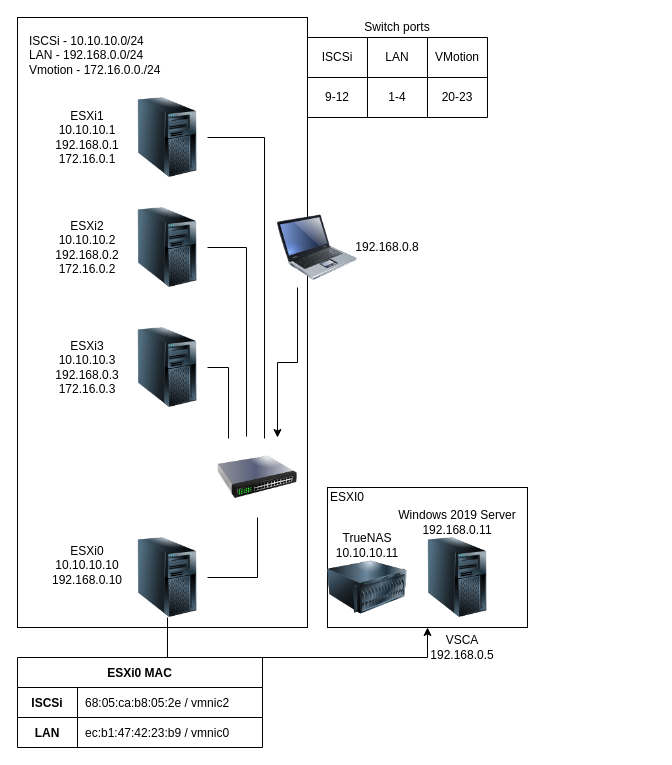
Earlier version of the draw.io diagram Untitled Diagram.drawio (crysal/Shells-of-power). Source tidied: cells renumbered, new cells numbered last; positions are measured from the earlier drawing's top-left corner, leaving out a move shared by most shapes. Both pictures are drawn from the tidied source at 100%, with x=0, y=0 at pixel (17, 17).
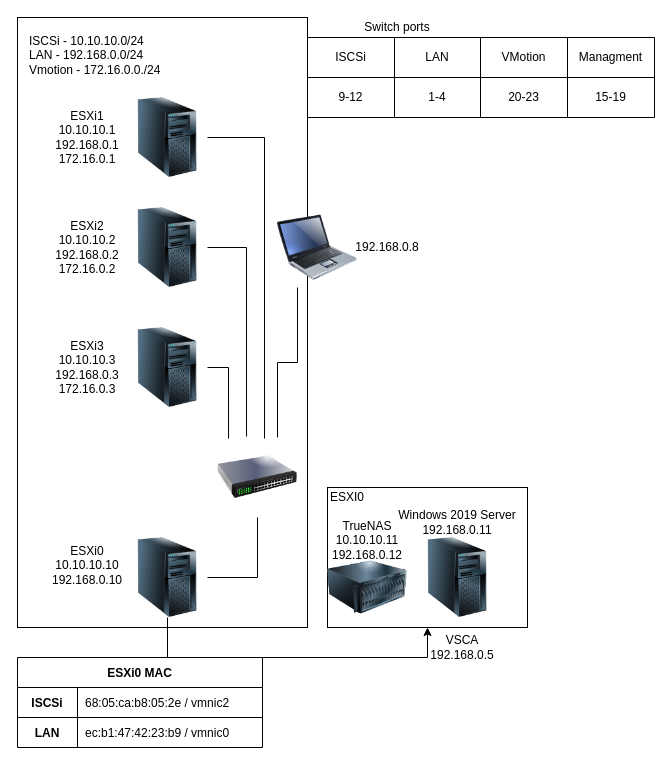
The same diagram, later.

The change refers to these unchanged cells:
```xml
<mxCell id="12" style="image;html=1;image=img/lib/clip_art/networking/Switch_128x128.png;" parent="1" vertex="1">
  <mxGeometry x="200" y="420" width="80" height="80" as="geometry" />
</mxCell>
<mxCell id="43" style="image;html=1;image=img/lib/clip_art/computers/Laptop_128x128.png;" parent="1" vertex="1">
  <mxGeometry x="260" y="190" width="80" height="80" as="geometry" />
</mxCell>
```

What changed in the source:
```diff
@@
-    <mxCell id="21" value="&lt;div&gt;TrueNAS&lt;/div&gt;&lt;div&gt;10.10.10.11&lt;br&gt;&lt;/div&gt;" style="text;html=1;strokeColor=none;fillColor=none;align=center;verticalAlign=middle;whiteSpace=wrap;rounded=0;labelBackgroundColor=none;fontColor=#000000;" parent="1" vertex="1">
-      <mxGeometry x="300" y="505" width="100" height="45" as="geometry" />
+    <mxCell id="21" value="&lt;div&gt;TrueNAS&lt;/div&gt;&lt;div&gt;10.10.10.11&lt;/div&gt;&lt;div&gt;192.168.0.12&lt;br&gt;&lt;/div&gt;" style="text;html=1;strokeColor=none;fillColor=none;align=center;verticalAlign=middle;whiteSpace=wrap;rounded=0;labelBackgroundColor=none;fontColor=#000000;" parent="1" vertex="1">
+      <mxGeometry x="300" y="500" width="100" height="45" as="geometry" />
     </mxCell>
@@
     <mxCell id="24" style="shape=table;html=1;whiteSpace=wrap;startSize=0;childLayout=tableLayout;labelBackgroundColor=none;fillColor=none;gradientColor=none;fontColor=#000000;align=left;" parent="1" vertex="1">
-      <mxGeometry x="290" y="20" width="180" height="80" as="geometry" />
+      <mxGeometry x="290" y="20" width="347" height="80" as="geometry" />
     </mxCell>
     <mxCell id="25" style="shape=partialRectangle;html=1;whiteSpace=wrap;fillColor=none;top=0;left=0;bottom=0;right=0;" parent="24" vertex="1">
-      <mxGeometry width="180" height="40" as="geometry" />
+      <mxGeometry width="347" height="40" as="geometry" />
     </mxCell>
     <mxCell id="26" value="ISCSi" style="shape=partialRectangle;html=1;whiteSpace=wrap;fillColor=none;top=0;left=0;bottom=0;right=0;overflow=hidden;" parent="25" vertex="1">
-      <mxGeometry width="60" height="40" as="geometry" />
+      <mxGeometry width="87" height="40" as="geometry" />
     </mxCell>
     <mxCell id="27" value="LAN" style="shape=partialRectangle;html=1;whiteSpace=wrap;fillColor=none;top=0;left=0;bottom=0;right=0;overflow=hidden;" parent="25" vertex="1">
-      <mxGeometry x="60" width="60" height="40" as="geometry" />
+      <mxGeometry x="87" width="86" height="40" as="geometry" />
     </mxCell>
     <mxCell id="28" value="VMotion" style="shape=partialRectangle;html=1;whiteSpace=wrap;fillColor=none;top=0;left=0;bottom=0;right=0;overflow=hidden;" parent="25" vertex="1">
-      <mxGeometry x="120" width="60" height="40" as="geometry" />
+      <mxGeometry x="173" width="87" height="40" as="geometry" />
     </mxCell>
+    <mxCell id="45" value="Managment" style="shape=partialRectangle;html=1;whiteSpace=wrap;fillColor=none;top=0;left=0;bottom=0;right=0;overflow=hidden;" parent="25" vertex="1">
+      <mxGeometry x="260" width="87" height="40" as="geometry" />
+    </mxCell>
     <mxCell id="29" style="shape=partialRectangle;html=1;whiteSpace=wrap;fillColor=none;top=0;left=0;bottom=0;right=0;" parent="24" vertex="1">
-      <mxGeometry y="40" width="180" height="40" as="geometry" />
+      <mxGeometry y="40" width="347" height="40" as="geometry" />
     </mxCell>
     <mxCell id="30" value="9-12" style="shape=partialRectangle;html=1;whiteSpace=wrap;fillColor=none;top=0;left=0;bottom=0;right=0;overflow=hidden;" parent="29" vertex="1">
-      <mxGeometry width="60" height="40" as="geometry" />
+      <mxGeometry width="87" height="40" as="geometry" />
     </mxCell>
     <mxCell id="31" value="1-4" style="shape=partialRectangle;html=1;whiteSpace=wrap;fillColor=none;top=0;left=0;bottom=0;right=0;overflow=hidden;" parent="29" vertex="1">
-      <mxGeometry x="60" width="60" height="40" as="geometry" />
+      <mxGeometry x="87" width="86" height="40" as="geometry" />
     </mxCell>
     <mxCell id="32" value="20-23" style="shape=partialRectangle;html=1;whiteSpace=wrap;fillColor=none;top=0;left=0;bottom=0;right=0;overflow=hidden;" parent="29" vertex="1">
-      <mxGeometry x="120" width="60" height="40" as="geometry" />
+      <mxGeometry x="173" width="87" height="40" as="geometry" />
     </mxCell>
+    <mxCell id="46" value="15-19" style="shape=partialRectangle;html=1;whiteSpace=wrap;fillColor=none;top=0;left=0;bottom=0;right=0;overflow=hidden;" parent="29" vertex="1">
+      <mxGeometry x="260" width="87" height="40" as="geometry" />
+    </mxCell>
@@
-    <mxCell id="42" style="edgeStyle=orthogonalEdgeStyle;rounded=0;jettySize=auto;html=1;exitX=0.25;exitY=1;exitDx=0;exitDy=0;entryX=0.75;entryY=0;entryDx=0;entryDy=0;" parent="1" edge="1" source="43" target="12">
+    <mxCell id="42" style="edgeStyle=orthogonalEdgeStyle;rounded=0;jettySize=auto;html=1;exitX=0.25;exitY=1;exitDx=0;exitDy=0;entryX=0.75;entryY=0;entryDx=0;entryDy=0;endArrow=none;endFill=0;" parent="1" edge="1" source="43" target="12">
       <mxGeometry relative="1" as="geometry" />
     </mxCell>
```
